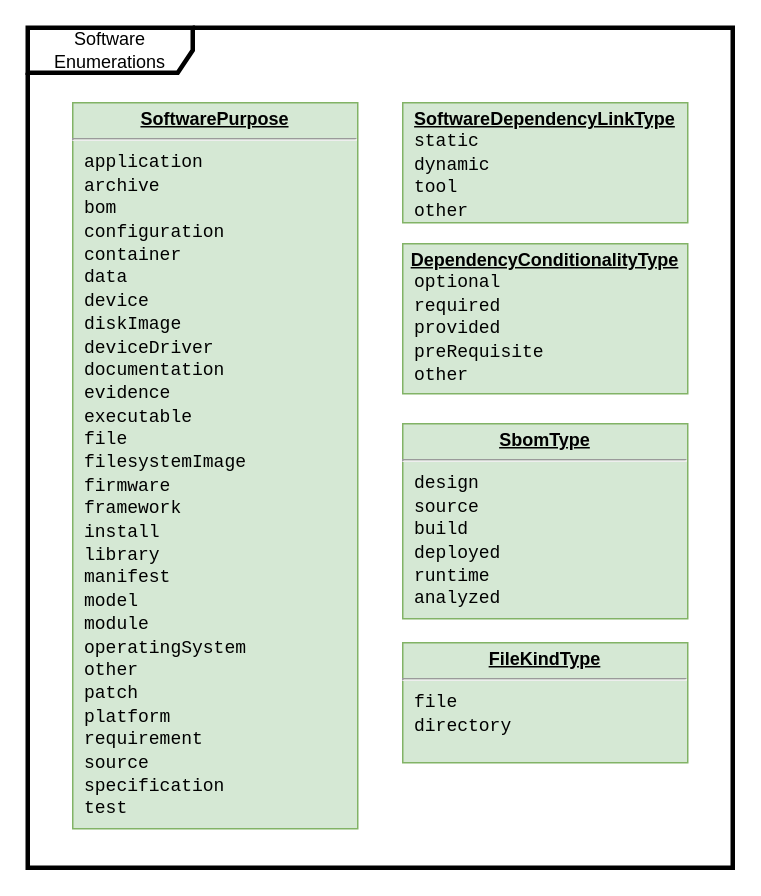
Above: page "Software Enumerations" (4 of 11) of model.drawio in spdx/spdx-3-model (draw.io), before the change. Source tidied: cells renumbered, new cells numbered last; positions are measured from the earlier drawing's top-left corner, leaving out a move shared by most shapes. Both pictures are drawn from the tidied source at 150%, with x=0, y=0 at pixel (27, 27).
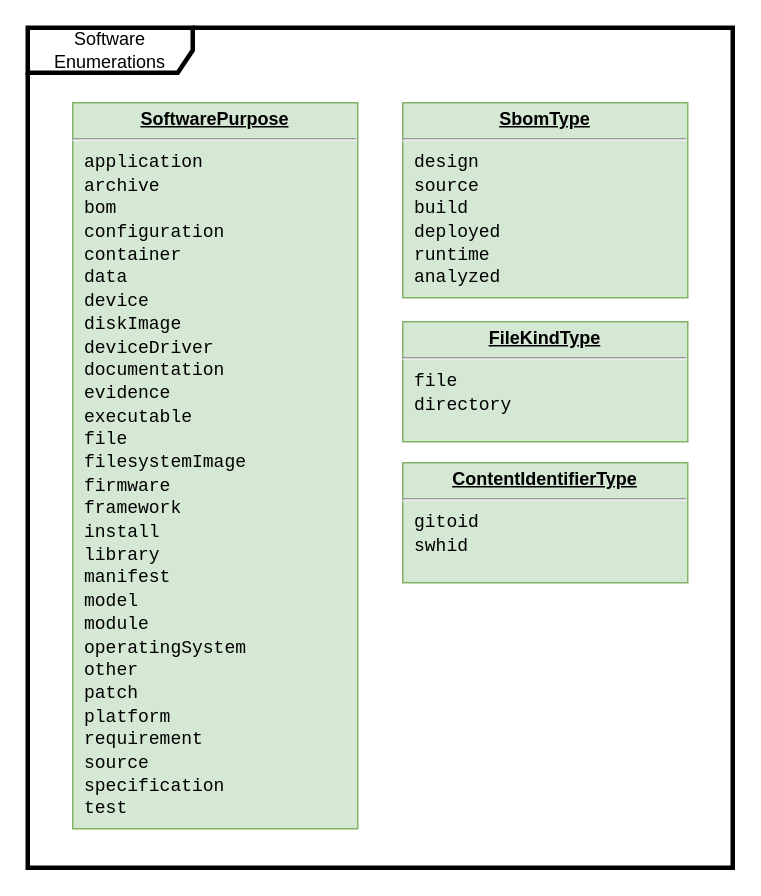
The same diagram, later.

What changed in the source:
```diff
@@
 <mxGraphModel>
   <root>
     <mxCell id="0" />
     <mxCell id="1" parent="0" />
     <mxCell id="2" value="Software Enumerations" style="shape=umlFrame;whiteSpace=wrap;html=1;width=110;height=30;strokeWidth=3;" parent="1" vertex="1">
       <mxGeometry width="470" height="560" as="geometry" />
     </mxCell>
     <mxCell id="3" value="&lt;p style=&quot;margin: 0px ; margin-top: 4px ; text-align: center ; text-decoration: underline&quot;&gt;&lt;b&gt;SoftwarePurpose&lt;/b&gt;&lt;/p&gt;&lt;hr&gt;&lt;p style=&quot;margin: 0px 0px 0px 8px&quot;&gt;&lt;font face=&quot;Courier New&quot;&gt;application&lt;/font&gt;&lt;/p&gt;&lt;p style=&quot;margin: 0px 0px 0px 8px&quot;&gt;&lt;span style=&quot;font-family: &amp;quot;Courier New&amp;quot;;&quot;&gt;archive&lt;/span&gt;&lt;font face=&quot;Courier New&quot;&gt;&lt;br&gt;&lt;/font&gt;&lt;/p&gt;&lt;p style=&quot;margin: 0px 0px 0px 8px&quot;&gt;&lt;span style=&quot;font-family: &amp;quot;Courier New&amp;quot;;&quot;&gt;bom&lt;/span&gt;&lt;span style=&quot;font-family: &amp;quot;Courier New&amp;quot;;&quot;&gt;&lt;br&gt;&lt;/span&gt;&lt;/p&gt;&lt;p style=&quot;margin: 0px 0px 0px 8px&quot;&gt;&lt;span style=&quot;font-family: &amp;quot;Courier New&amp;quot;;&quot;&gt;configuration&lt;/span&gt;&lt;span style=&quot;font-family: &amp;quot;Courier New&amp;quot;;&quot;&gt;&lt;br&gt;&lt;/span&gt;&lt;/p&gt;&lt;p style=&quot;margin: 0px 0px 0px 8px&quot;&gt;&lt;span style=&quot;font-family: &amp;quot;Courier New&amp;quot;;&quot;&gt;container&lt;/span&gt;&lt;font face=&quot;Courier New&quot;&gt;&lt;br&gt;&lt;/font&gt;&lt;/p&gt;&lt;p style=&quot;margin: 0px 0px 0px 8px&quot;&gt;&lt;span style=&quot;font-family: &amp;quot;Courier New&amp;quot;;&quot;&gt;data&lt;/span&gt;&lt;span style=&quot;font-family: &amp;quot;Courier New&amp;quot;;&quot;&gt;&lt;br&gt;&lt;/span&gt;&lt;/p&gt;&lt;p style=&quot;margin: 0px 0px 0px 8px&quot;&gt;&lt;span style=&quot;font-family: &amp;quot;Courier New&amp;quot;;&quot;&gt;device&lt;/span&gt;&lt;font face=&quot;Courier New&quot;&gt;&lt;br&gt;&lt;/font&gt;&lt;/p&gt;&lt;p style=&quot;margin: 0px 0px 0px 8px&quot;&gt;&lt;span style=&quot;font-family: &amp;quot;Courier New&amp;quot;;&quot;&gt;diskImage&lt;/span&gt;&lt;/p&gt;&lt;p style=&quot;margin: 0px 0px 0px 8px&quot;&gt;&lt;span style=&quot;font-family: &amp;quot;Courier New&amp;quot;;&quot;&gt;deviceDriver&lt;/span&gt;&lt;/p&gt;&lt;p style=&quot;margin: 0px 0px 0px 8px&quot;&gt;&lt;span style=&quot;font-family: &amp;quot;Courier New&amp;quot;;&quot;&gt;documentation&lt;/span&gt;&lt;span style=&quot;font-family: &amp;quot;Courier New&amp;quot;;&quot;&gt;&lt;br&gt;&lt;/span&gt;&lt;/p&gt;&lt;p style=&quot;margin: 0px 0px 0px 8px&quot;&gt;&lt;span style=&quot;font-family: &amp;quot;Courier New&amp;quot;;&quot;&gt;evidence&lt;/span&gt;&lt;/p&gt;&lt;p style=&quot;margin: 0px 0px 0px 8px&quot;&gt;&lt;span style=&quot;font-family: &amp;quot;Courier New&amp;quot;;&quot;&gt;executable&lt;/span&gt;&lt;span style=&quot;font-family: &amp;quot;Courier New&amp;quot;;&quot;&gt;&lt;br&gt;&lt;/span&gt;&lt;/p&gt;&lt;p style=&quot;margin: 0px 0px 0px 8px&quot;&gt;&lt;span style=&quot;font-family: &amp;quot;Courier New&amp;quot;;&quot;&gt;file&lt;/span&gt;&lt;span style=&quot;font-family: &amp;quot;Courier New&amp;quot;;&quot;&gt;&lt;br&gt;&lt;/span&gt;&lt;/p&gt;&lt;p style=&quot;margin: 0px 0px 0px 8px&quot;&gt;&lt;span style=&quot;font-family: &amp;quot;Courier New&amp;quot;;&quot;&gt;filesystemImage&lt;/span&gt;&lt;/p&gt;&lt;p style=&quot;margin: 0px 0px 0px 8px&quot;&gt;&lt;span style=&quot;font-family: &amp;quot;Courier New&amp;quot;;&quot;&gt;firmware&lt;/span&gt;&lt;font face=&quot;Courier New&quot;&gt;&lt;br&gt;&lt;/font&gt;&lt;/p&gt;&lt;p style=&quot;margin: 0px 0px 0px 8px&quot;&gt;&lt;font face=&quot;Courier New&quot;&gt;framework&lt;/font&gt;&lt;/p&gt;&lt;p style=&quot;margin: 0px 0px 0px 8px&quot;&gt;&lt;span style=&quot;font-family: &amp;quot;Courier New&amp;quot;;&quot;&gt;install&lt;/span&gt;&lt;font face=&quot;Courier New&quot;&gt;&lt;br&gt;&lt;/font&gt;&lt;/p&gt;&lt;p style=&quot;margin: 0px 0px 0px 8px&quot;&gt;&lt;font face=&quot;Courier New&quot;&gt;library&lt;/font&gt;&lt;/p&gt;&lt;p style=&quot;margin: 0px 0px 0px 8px&quot;&gt;&lt;font face=&quot;Courier New&quot;&gt;manifest&lt;/font&gt;&lt;/p&gt;&lt;p style=&quot;margin: 0px 0px 0px 8px&quot;&gt;&lt;font face=&quot;Courier New&quot;&gt;model&lt;/font&gt;&lt;/p&gt;&lt;p style=&quot;margin: 0px 0px 0px 8px&quot;&gt;&lt;span style=&quot;font-family: &amp;quot;Courier New&amp;quot;;&quot;&gt;module&lt;/span&gt;&lt;font face=&quot;Courier New&quot;&gt;&lt;br&gt;&lt;/font&gt;&lt;/p&gt;&lt;p style=&quot;margin: 0px 0px 0px 8px&quot;&gt;&lt;font face=&quot;Courier New&quot;&gt;operatingSystem&lt;/font&gt;&lt;/p&gt;&lt;p style=&quot;margin: 0px 0px 0px 8px&quot;&gt;&lt;font face=&quot;Courier New&quot;&gt;other&lt;/font&gt;&lt;/p&gt;&lt;p style=&quot;margin: 0px 0px 0px 8px&quot;&gt;&lt;span style=&quot;font-family: &amp;quot;Courier New&amp;quot;;&quot;&gt;patch&lt;/span&gt;&lt;span style=&quot;font-family: &amp;quot;Courier New&amp;quot;;&quot;&gt;&lt;br&gt;&lt;/span&gt;&lt;/p&gt;&lt;p style=&quot;margin: 0px 0px 0px 8px&quot;&gt;&lt;span style=&quot;font-family: &amp;quot;Courier New&amp;quot;;&quot;&gt;platform&lt;/span&gt;&lt;/p&gt;&lt;p style=&quot;margin: 0px 0px 0px 8px&quot;&gt;&lt;span style=&quot;font-family: &amp;quot;Courier New&amp;quot;;&quot;&gt;requirement&lt;/span&gt;&lt;/p&gt;&lt;p style=&quot;margin: 0px 0px 0px 8px&quot;&gt;&lt;span style=&quot;font-family: &amp;quot;Courier New&amp;quot;;&quot;&gt;source&lt;/span&gt;&lt;br&gt;&lt;/p&gt;&lt;p style=&quot;margin: 0px 0px 0px 8px&quot;&gt;&lt;span style=&quot;font-family: &amp;quot;Courier New&amp;quot;;&quot;&gt;specification&lt;/span&gt;&lt;/p&gt;&lt;p style=&quot;margin: 0px 0px 0px 8px&quot;&gt;&lt;font face=&quot;Courier New&quot;&gt;test&lt;/font&gt;&lt;/p&gt;" style="verticalAlign=top;align=left;overflow=fill;fontSize=12;fontFamily=Helvetica;html=1;fillColor=#d5e8d4;strokeColor=#82b366;" parent="1" vertex="1">
       <mxGeometry x="30" y="50" width="190" height="484" as="geometry" />
     </mxCell>
-    <mxCell id="4" value="&lt;p style=&quot;margin: 0px ; margin-top: 4px ; text-align: center ; text-decoration: underline&quot;&gt;&lt;b&gt;SoftwareDependencyLinkType&lt;/b&gt;&lt;/p&gt;&lt;p style=&quot;margin: 0px 0px 0px 8px&quot;&gt;&lt;span style=&quot;font-family: &amp;quot;Courier New&amp;quot;; background-color: initial;&quot;&gt;static&lt;/span&gt;&lt;br&gt;&lt;/p&gt;&lt;p style=&quot;margin: 0px 0px 0px 8px&quot;&gt;&lt;font face=&quot;Courier New&quot;&gt;dynamic&lt;/font&gt;&lt;/p&gt;&lt;p style=&quot;margin: 0px 0px 0px 8px&quot;&gt;&lt;font face=&quot;Courier New&quot;&gt;tool&lt;/font&gt;&lt;/p&gt;&lt;p style=&quot;margin: 0px 0px 0px 8px&quot;&gt;&lt;font face=&quot;Courier New&quot;&gt;other&lt;/font&gt;&lt;/p&gt;" style="verticalAlign=top;align=left;overflow=fill;fontSize=12;fontFamily=Helvetica;html=1;fillColor=#d5e8d4;strokeColor=#82b366;" parent="1" vertex="1">
-      <mxGeometry x="250" y="50" width="190" height="80" as="geometry" />
-    </mxCell>
-    <mxCell id="5" value="&lt;p style=&quot;margin: 0px ; margin-top: 4px ; text-align: center ; text-decoration: underline&quot;&gt;&lt;b&gt;DependencyConditionalityType&lt;/b&gt;&lt;/p&gt;&lt;p style=&quot;margin: 0px 0px 0px 8px&quot;&gt;&lt;span style=&quot;font-family: &amp;quot;Courier New&amp;quot;; background-color: initial;&quot;&gt;optional&lt;/span&gt;&lt;br&gt;&lt;/p&gt;&lt;p style=&quot;margin: 0px 0px 0px 8px&quot;&gt;&lt;font face=&quot;Courier New&quot;&gt;required&lt;/font&gt;&lt;/p&gt;&lt;p style=&quot;margin: 0px 0px 0px 8px&quot;&gt;&lt;font face=&quot;Courier New&quot;&gt;provided&lt;/font&gt;&lt;/p&gt;&lt;p style=&quot;margin: 0px 0px 0px 8px&quot;&gt;&lt;font face=&quot;Courier New&quot;&gt;preRequisite&lt;/font&gt;&lt;/p&gt;&lt;p style=&quot;margin: 0px 0px 0px 8px&quot;&gt;&lt;font face=&quot;Courier New&quot;&gt;other&lt;/font&gt;&lt;/p&gt;" style="verticalAlign=top;align=left;overflow=fill;fontSize=12;fontFamily=Helvetica;html=1;fillColor=#d5e8d4;strokeColor=#82b366;" parent="1" vertex="1">
-      <mxGeometry x="250" y="144" width="190" height="100" as="geometry" />
-    </mxCell>
     <mxCell id="6" value="&lt;p style=&quot;margin: 0px ; margin-top: 4px ; text-align: center ; text-decoration: underline&quot;&gt;&lt;b&gt;SbomType&lt;/b&gt;&lt;/p&gt;&lt;hr&gt;&lt;p style=&quot;margin: 0px 0px 0px 8px&quot;&gt;&lt;font face=&quot;Courier New&quot;&gt;design&lt;/font&gt;&lt;/p&gt;&lt;p style=&quot;margin: 0px 0px 0px 8px&quot;&gt;&lt;font face=&quot;Courier New&quot;&gt;source&lt;/font&gt;&lt;/p&gt;&lt;p style=&quot;margin: 0px 0px 0px 8px&quot;&gt;&lt;font face=&quot;Courier New&quot;&gt;build&lt;/font&gt;&lt;/p&gt;&lt;p style=&quot;margin: 0px 0px 0px 8px&quot;&gt;&lt;font face=&quot;Courier New&quot;&gt;deployed&lt;/font&gt;&lt;/p&gt;&lt;p style=&quot;margin: 0px 0px 0px 8px&quot;&gt;&lt;font face=&quot;Courier New&quot;&gt;runtime&lt;/font&gt;&lt;/p&gt;&lt;p style=&quot;margin: 0px 0px 0px 8px&quot;&gt;&lt;font face=&quot;Courier New&quot;&gt;analyzed&lt;/font&gt;&lt;/p&gt;" style="verticalAlign=top;align=left;overflow=fill;fontSize=12;fontFamily=Helvetica;html=1;fillColor=#d5e8d4;strokeColor=#82b366;" parent="1" vertex="1">
-      <mxGeometry x="250" y="264" width="190" height="130" as="geometry" />
+      <mxGeometry x="250" y="50" width="190" height="130" as="geometry" />
     </mxCell>
     <mxCell id="7" value="&lt;p style=&quot;margin: 0px ; margin-top: 4px ; text-align: center ; text-decoration: underline&quot;&gt;&lt;b&gt;FileKindType&lt;/b&gt;&lt;/p&gt;&lt;hr&gt;&lt;p style=&quot;margin: 0px 0px 0px 8px&quot;&gt;&lt;font face=&quot;Courier New&quot;&gt;file&lt;/font&gt;&lt;/p&gt;&lt;p style=&quot;margin: 0px 0px 0px 8px&quot;&gt;&lt;font face=&quot;Courier New&quot;&gt;directory&lt;/font&gt;&lt;/p&gt;" style="verticalAlign=top;align=left;overflow=fill;fontSize=12;fontFamily=Helvetica;html=1;fillColor=#d5e8d4;strokeColor=#82b366;" parent="1" vertex="1">
-      <mxGeometry x="250" y="410" width="190" height="80" as="geometry" />
+      <mxGeometry x="250" y="196" width="190" height="80" as="geometry" />
     </mxCell>
+    <mxCell id="8" value="&lt;p style=&quot;margin: 0px ; margin-top: 4px ; text-align: center ; text-decoration: underline&quot;&gt;&lt;b&gt;ContentIdentifierType&lt;/b&gt;&lt;/p&gt;&lt;hr&gt;&lt;p style=&quot;margin: 0px 0px 0px 8px&quot;&gt;&lt;font face=&quot;Courier New&quot;&gt;gitoid&lt;/font&gt;&lt;/p&gt;&lt;p style=&quot;margin: 0px 0px 0px 8px&quot;&gt;&lt;font face=&quot;Courier New&quot;&gt;swhid&lt;/font&gt;&lt;/p&gt;" style="verticalAlign=top;align=left;overflow=fill;fontSize=12;fontFamily=Helvetica;html=1;fillColor=#d5e8d4;strokeColor=#82b366;" parent="1" vertex="1">
+      <mxGeometry x="250" y="290" width="190" height="80" as="geometry" />
+    </mxCell>
   </root>
 </mxGraphModel>
```
